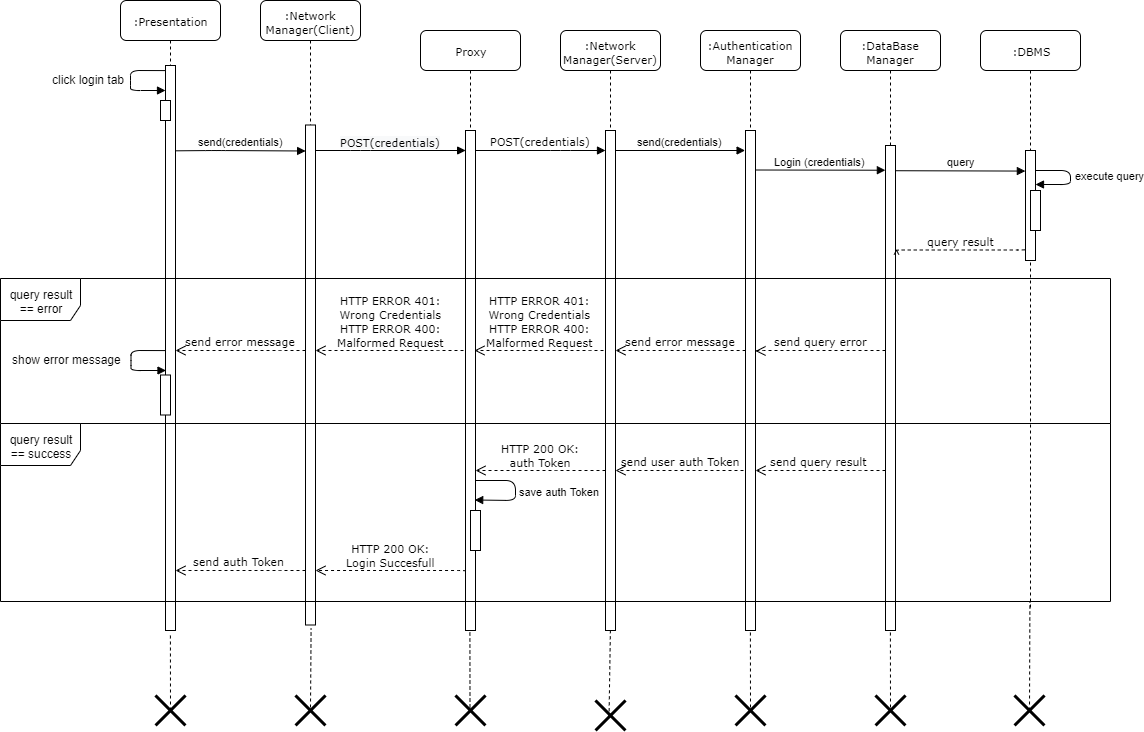
This is DD/img/sequence_diagrams/login_sequence.png from dariomiceli3/SafeStreet, a draw.io export, as it was before one commit. Source tidied: cells renumbered, new cells last; positions are measured from the earlier drawing's top-left corner, leaving out a move shared by most shapes.
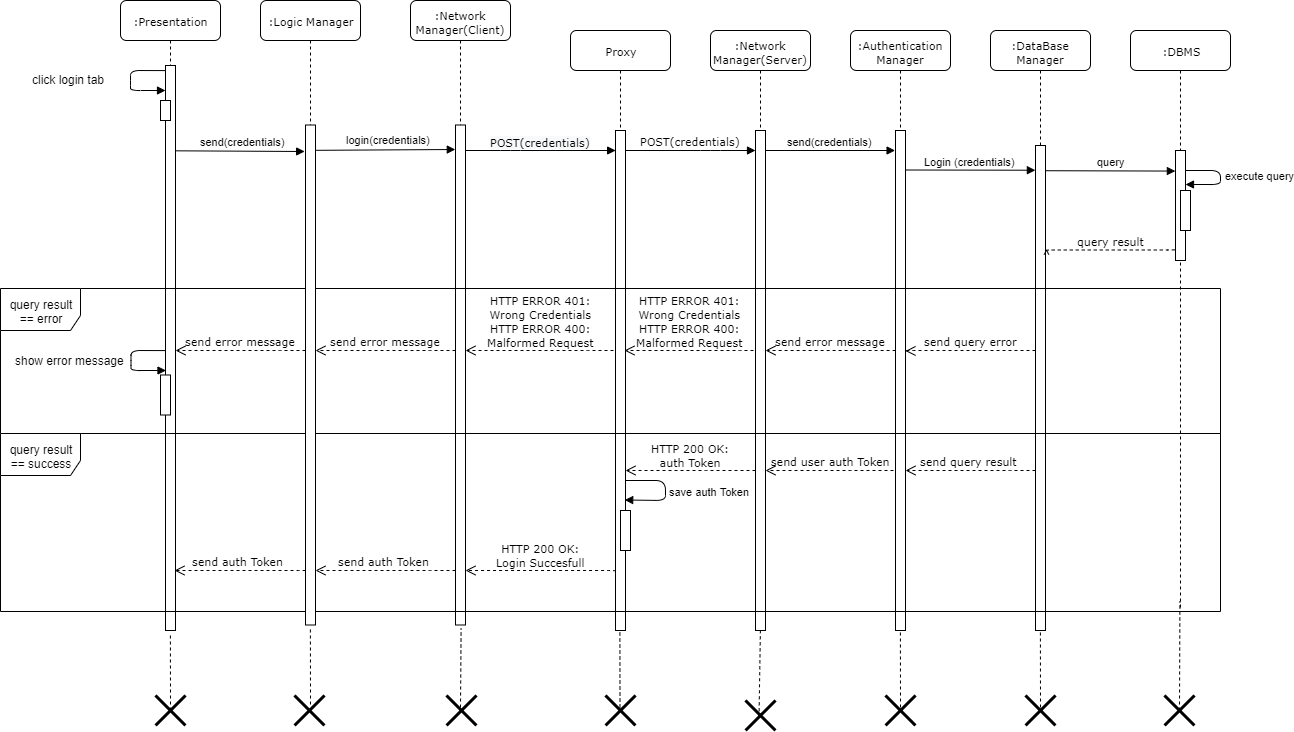
The same diagram one commit later.

Diff of the diagram source:
```diff
@@ -54,7 +54,7 @@
       </mxGeometry>
     </mxCell>
     <mxCell id="14" value="&lt;font style=&quot;font-size: 11px&quot;&gt;:Presentation&lt;/font&gt;" style="shape=umlLifeline;perimeter=lifelinePerimeter;whiteSpace=wrap;html=1;rounded=1;shadow=0;comic=0;labelBackgroundColor=none;strokeWidth=1;fontFamily=Verdana;fontSize=12;align=center;" parent="1" vertex="1">
-      <mxGeometry x="120" width="100" height="630" as="geometry" />
+      <mxGeometry x="-30" width="100" height="630" as="geometry" />
     </mxCell>
     <mxCell id="15" style="html=1;points=[];perimeter=orthogonalPerimeter;rounded=0;shadow=0;comic=0;labelBackgroundColor=none;strokeWidth=1;fontFamily=Verdana;fontSize=12;align=center;" parent="14" vertex="1">
       <mxGeometry x="45" y="65" width="10" height="565" as="geometry" />
@@ -86,14 +86,10 @@
       </mxGeometry>
     </mxCell>
     <mxCell id="21" style="html=1;perimeter=orthogonalPerimeter;rounded=0;shadow=0;comic=0;labelBackgroundColor=none;strokeWidth=1;fontFamily=Verdana;fontSize=12;align=center;" parent="1" vertex="1">
-      <mxGeometry x="160" y="100" width="10" height="20" as="geometry" />
+      <mxGeometry x="10" y="100" width="10" height="20" as="geometry" />
     </mxCell>
-    <mxCell id="22" value="send(credentials)" style="html=1;verticalAlign=bottom;endArrow=block;entryX=0.012;entryY=0.052;entryDx=0;entryDy=0;entryPerimeter=0;exitX=1.027;exitY=0.151;exitDx=0;exitDy=0;exitPerimeter=0;" parent="1" edge="1" source="15" target="3">
-      <mxGeometry relative="1" as="geometry">
-        <Array as="points">
-          <mxPoint x="215" y="150" />
-        </Array>
-      </mxGeometry>
+    <mxCell id="22" value="send(credentials)" style="html=1;verticalAlign=bottom;endArrow=block;exitX=1.027;exitY=0.151;exitDx=0;exitDy=0;exitPerimeter=0;entryX=-0.086;entryY=0.053;entryDx=0;entryDy=0;entryPerimeter=0;" parent="1" edge="1" source="15" target="60">
+      <mxGeometry x="0.04" y="1" relative="1" as="geometry" />
     </mxCell>
     <mxCell id="23" value="&lt;span style=&quot;font-family: &amp;#34;verdana&amp;#34; ; background-color: rgb(248 , 249 , 250)&quot;&gt;POST(credentials)&lt;/span&gt;" style="html=1;verticalAlign=bottom;endArrow=block;entryX=0.013;entryY=0.04;entryDx=0;entryDy=0;entryPerimeter=0;" parent="1" edge="1" target="5">
       <mxGeometry relative="1" as="geometry">
@@ -104,7 +100,7 @@
       </mxGeometry>
     </mxCell>
     <mxCell id="24" value="click login tab" style="text;html=1;align=left;verticalAlign=top;spacingTop=-4;" parent="1" vertex="1">
-      <mxGeometry x="50" y="70" width="90" height="20" as="geometry" />
+      <mxGeometry x="-120" y="70" width="90" height="20" as="geometry" />
     </mxCell>
     <mxCell id="25" style="html=1;perimeter=orthogonalPerimeter;rounded=0;shadow=0;comic=0;labelBackgroundColor=none;strokeWidth=1;fontFamily=Verdana;fontSize=12;align=center;" parent="1" vertex="1">
       <mxGeometry x="1030" y="190" width="10" height="40" as="geometry" />
@@ -149,7 +145,7 @@
         </Array>
       </mxGeometry>
     </mxCell>
-    <mxCell id="30" value="&lt;font style=&quot;font-size: 11px&quot;&gt;send error message&lt;/font&gt;" style="html=1;verticalAlign=bottom;endArrow=open;dashed=1;endSize=8;labelBackgroundColor=none;fontFamily=Verdana;fontSize=12;edgeStyle=elbowEdgeStyle;elbow=vertical;entryX=1.022;entryY=0.504;entryDx=0;entryDy=0;entryPerimeter=0;" parent="1" edge="1" target="15">
+    <mxCell id="30" value="&lt;font style=&quot;font-size: 11px&quot;&gt;send error message&lt;/font&gt;" style="html=1;verticalAlign=bottom;endArrow=open;dashed=1;endSize=8;labelBackgroundColor=none;fontFamily=Verdana;fontSize=12;edgeStyle=elbowEdgeStyle;elbow=vertical;" parent="1" edge="1" target="60">
       <mxGeometry relative="1" as="geometry">
         <mxPoint x="305" y="350" as="sourcePoint" />
         <Array as="points">
@@ -200,7 +196,7 @@
         </Array>
       </mxGeometry>
     </mxCell>
-    <mxCell id="36" value="&lt;font style=&quot;font-size: 11px&quot;&gt;send auth Token&amp;nbsp;&lt;/font&gt;" style="html=1;verticalAlign=bottom;endArrow=open;dashed=1;endSize=8;labelBackgroundColor=none;fontFamily=Verdana;fontSize=12;edgeStyle=elbowEdgeStyle;elbow=vertical;entryX=1;entryY=0.894;entryDx=0;entryDy=0;entryPerimeter=0;" parent="1" edge="1" target="15">
+    <mxCell id="36" value="&lt;font style=&quot;font-size: 11px&quot;&gt;send auth Token&amp;nbsp;&lt;/font&gt;" style="html=1;verticalAlign=bottom;endArrow=open;dashed=1;endSize=8;labelBackgroundColor=none;fontFamily=Verdana;fontSize=12;edgeStyle=elbowEdgeStyle;elbow=vertical;" parent="1" edge="1" target="60">
       <mxGeometry relative="1" as="geometry">
         <mxPoint x="305" y="570" as="sourcePoint" />
         <Array as="points">
@@ -212,16 +208,16 @@
     </mxCell>
     <mxCell id="37" style="html=1;verticalAlign=bottom;endArrow=block;exitX=0;exitY=0.009;exitDx=0;exitDy=0;exitPerimeter=0;" parent="1" edge="1" source="15">
       <mxGeometry relative="1" as="geometry">
-        <mxPoint x="165" y="90" as="targetPoint" />
+        <mxPoint x="15" y="90" as="targetPoint" />
         <Array as="points">
-          <mxPoint x="130" y="70" />
-          <mxPoint x="130" y="80" />
-          <mxPoint x="130" y="90" />
+          <mxPoint x="-20" y="70" />
+          <mxPoint x="-20" y="80" />
+          <mxPoint x="-20" y="90" />
         </Array>
       </mxGeometry>
     </mxCell>
     <mxCell id="38" value="query result == error" style="shape=umlFrame;whiteSpace=wrap;html=1;fillColor=#FFFFFF;width=80;height=42;" parent="1" vertex="1">
-      <mxGeometry y="278" width="1110" height="145" as="geometry" />
+      <mxGeometry x="-150" y="288" width="1220" height="145" as="geometry" />
     </mxCell>
     <mxCell id="39" value="send(credentials)" style="html=1;verticalAlign=bottom;endArrow=block;exitX=0.973;exitY=0.04;exitDx=0;exitDy=0;exitPerimeter=0;entryX=-0.04;entryY=0.04;entryDx=0;entryDy=0;entryPerimeter=0;" parent="1" edge="1" source="17" target="19">
       <mxGeometry x="0.01" relative="1" as="geometry" />
@@ -234,24 +230,24 @@
     </mxCell>
     <mxCell id="42" style="html=1;verticalAlign=bottom;endArrow=block;exitX=0;exitY=0.009;exitDx=0;exitDy=0;exitPerimeter=0;" parent="1" edge="1">
       <mxGeometry relative="1" as="geometry">
-        <mxPoint x="165.5" y="350.1" as="sourcePoint" />
-        <mxPoint x="165.5" y="370" as="targetPoint" />
+        <mxPoint x="15.5" y="350.1" as="sourcePoint" />
+        <mxPoint x="15.5" y="370" as="targetPoint" />
         <Array as="points">
-          <mxPoint x="130.5" y="350" />
-          <mxPoint x="130.5" y="360" />
-          <mxPoint x="130.5" y="370" />
+          <mxPoint x="-19.5" y="350" />
+          <mxPoint x="-19.5" y="360" />
+          <mxPoint x="-19.5" y="370" />
         </Array>
       </mxGeometry>
     </mxCell>
     <mxCell id="43" value="show error message" style="text;html=1;align=left;verticalAlign=top;spacingTop=-4;" parent="1" vertex="1">
-      <mxGeometry x="10" y="350" width="120" height="20" as="geometry" />
+      <mxGeometry x="-137" y="350.5" width="120" height="20" as="geometry" />
     </mxCell>
     <mxCell id="44" value="query result == success" style="shape=umlFrame;whiteSpace=wrap;html=1;fillColor=#FFFFFF;width=80;height=42;" parent="1" vertex="1">
-      <mxGeometry y="423" width="1110" height="178" as="geometry" />
+      <mxGeometry x="-150" y="433" width="1220" height="178" as="geometry" />
     </mxCell>
     <mxCell id="45" style="endArrow=none;dashed=1;html=1;entryX=0.49;entryY=1.005;entryDx=0;entryDy=0;entryPerimeter=0;" parent="1" edge="1" target="15">
       <mxGeometry relative="1" as="geometry">
-        <mxPoint x="170" y="710" as="sourcePoint" />
+        <mxPoint x="20" y="710" as="sourcePoint" />
       </mxGeometry>
     </mxCell>
     <mxCell id="46" style="endArrow=none;dashed=1;html=1;entryX=0.559;entryY=1.007;entryDx=0;entryDy=0;entryPerimeter=0;" parent="1" edge="1" target="3">
@@ -284,10 +280,10 @@
       </mxGeometry>
     </mxCell>
     <mxCell id="51" style="shape=umlDestroy;whiteSpace=wrap;html=1;strokeWidth=3;fillColor=#FFFFFF;" parent="1" vertex="1">
-      <mxGeometry x="295" y="695" width="30" height="30" as="geometry" />
+      <mxGeometry x="296" y="695" width="30" height="30" as="geometry" />
     </mxCell>
     <mxCell id="52" style="shape=umlDestroy;whiteSpace=wrap;html=1;strokeWidth=3;fillColor=#FFFFFF;" parent="1" vertex="1">
-      <mxGeometry x="155" y="695" width="30" height="30" as="geometry" />
+      <mxGeometry x="5" y="695" width="30" height="30" as="geometry" />
     </mxCell>
     <mxCell id="53" style="shape=umlDestroy;whiteSpace=wrap;html=1;strokeWidth=3;fillColor=#FFFFFF;" parent="1" vertex="1">
       <mxGeometry x="455" y="695" width="30" height="30" as="geometry" />
@@ -310,5 +306,45 @@
     <mxCell id="58" style="shape=umlDestroy;whiteSpace=wrap;html=1;strokeWidth=3;fillColor=#FFFFFF;" parent="1" vertex="1">
       <mxGeometry x="595" y="700" width="30" height="30" as="geometry" />
     </mxCell>
+    <mxCell id="59" value="&lt;font style=&quot;font-size: 11px&quot;&gt;:Logic Manager&lt;/font&gt;" style="shape=umlLifeline;perimeter=lifelinePerimeter;whiteSpace=wrap;html=1;rounded=1;shadow=0;comic=0;labelBackgroundColor=none;strokeWidth=1;fontFamily=Verdana;fontSize=12;align=center;" parent="1" vertex="1">
+      <mxGeometry x="110" width="100" height="600" as="geometry" />
+    </mxCell>
+    <mxCell id="60" style="html=1;points=[];perimeter=orthogonalPerimeter;rounded=0;shadow=0;comic=0;labelBackgroundColor=none;strokeWidth=1;fontFamily=Verdana;fontSize=12;align=center;" parent="59" vertex="1">
+      <mxGeometry x="45" y="124.5" width="10" height="500" as="geometry" />
+    </mxCell>
+    <mxCell id="61" style="endArrow=none;dashed=1;html=1;entryX=0.49;entryY=1.005;entryDx=0;entryDy=0;entryPerimeter=0;" parent="1" edge="1">
+      <mxGeometry relative="1" as="geometry">
+        <mxPoint x="160" y="704" as="sourcePoint" />
+        <mxPoint x="159.9" y="626.8" as="targetPoint" />
+      </mxGeometry>
+    </mxCell>
+    <mxCell id="62" style="shape=umlDestroy;whiteSpace=wrap;html=1;strokeWidth=3;fillColor=#FFFFFF;" parent="1" vertex="1">
+      <mxGeometry x="144" y="695" width="30" height="30" as="geometry" />
+    </mxCell>
+    <mxCell id="63" value="login(credentials)" style="html=1;verticalAlign=bottom;endArrow=block;exitX=1.027;exitY=0.151;exitDx=0;exitDy=0;exitPerimeter=0;entryX=-0.021;entryY=0.049;entryDx=0;entryDy=0;entryPerimeter=0;" parent="1" edge="1" target="3">
+      <mxGeometry x="0.04" y="1" relative="1" as="geometry">
+        <mxPoint x="165.8" y="149.8" as="sourcePoint" />
+      </mxGeometry>
+    </mxCell>
+    <mxCell id="64" value="&lt;font style=&quot;font-size: 11px&quot;&gt;send error message&lt;/font&gt;" style="html=1;verticalAlign=bottom;endArrow=open;dashed=1;endSize=8;labelBackgroundColor=none;fontFamily=Verdana;fontSize=12;edgeStyle=elbowEdgeStyle;elbow=vertical;" parent="1" edge="1" target="15">
+      <mxGeometry relative="1" as="geometry">
+        <mxPoint x="155" y="350" as="sourcePoint" />
+        <Array as="points">
+          <mxPoint x="120" y="350" />
+          <mxPoint x="80" y="330" />
+          <mxPoint x="110" y="330" />
+        </Array>
+      </mxGeometry>
+    </mxCell>
+    <mxCell id="65" value="&lt;font style=&quot;font-size: 11px&quot;&gt;send auth Token&amp;nbsp;&lt;/font&gt;" style="html=1;verticalAlign=bottom;endArrow=open;dashed=1;endSize=8;labelBackgroundColor=none;fontFamily=Verdana;fontSize=12;edgeStyle=elbowEdgeStyle;elbow=vertical;entryX=0.927;entryY=0.893;entryDx=0;entryDy=0;entryPerimeter=0;" parent="1" edge="1" target="15">
+      <mxGeometry relative="1" as="geometry">
+        <mxPoint x="155" y="570" as="sourcePoint" />
+        <Array as="points">
+          <mxPoint x="120" y="570" />
+          <mxPoint x="80" y="550" />
+          <mxPoint x="110" y="550" />
+        </Array>
+      </mxGeometry>
+    </mxCell>
   </root>
 </mxGraphModel>
```
